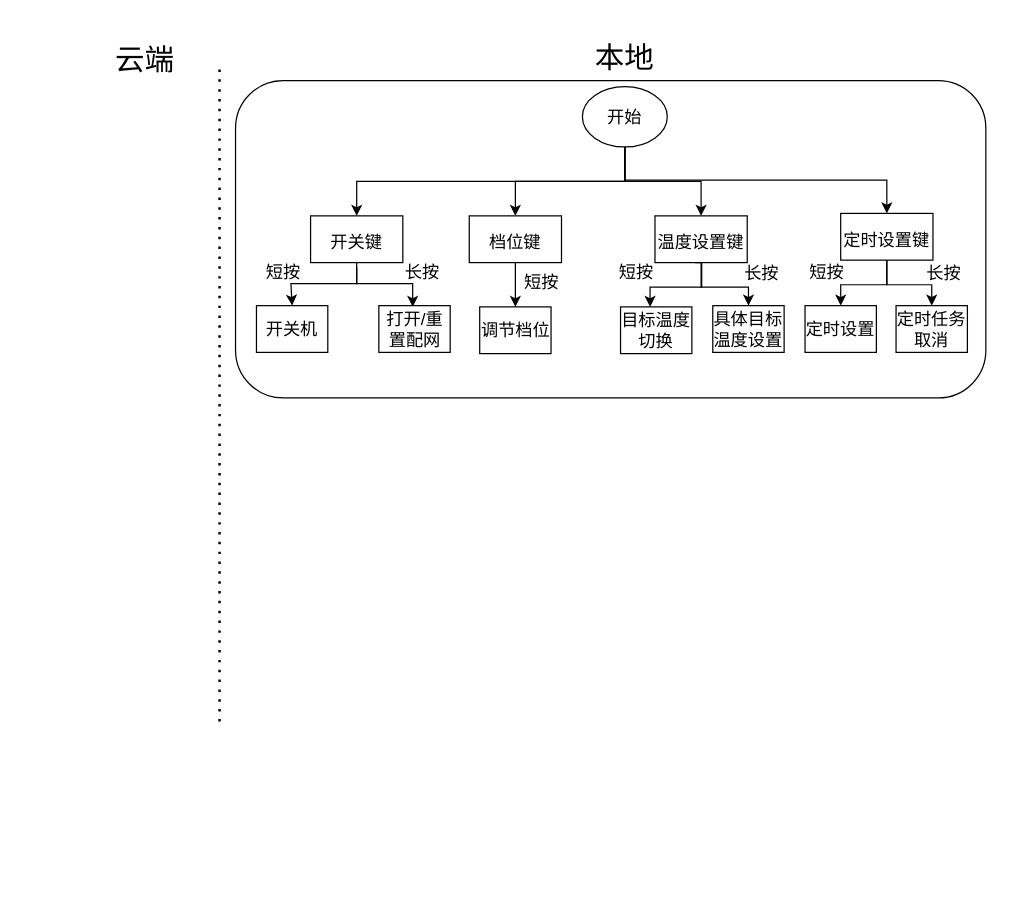
Before: software_frame.drawio in JeffYec/Jeff, a draw.io diagram. Source tidied: cells renumbered, new cells numbered last; positions are measured from the earlier drawing's top-left corner, leaving out a move shared by most shapes. Both pictures are drawn from the tidied source at 123%, with x=0, y=0 at pixel (87, 21).
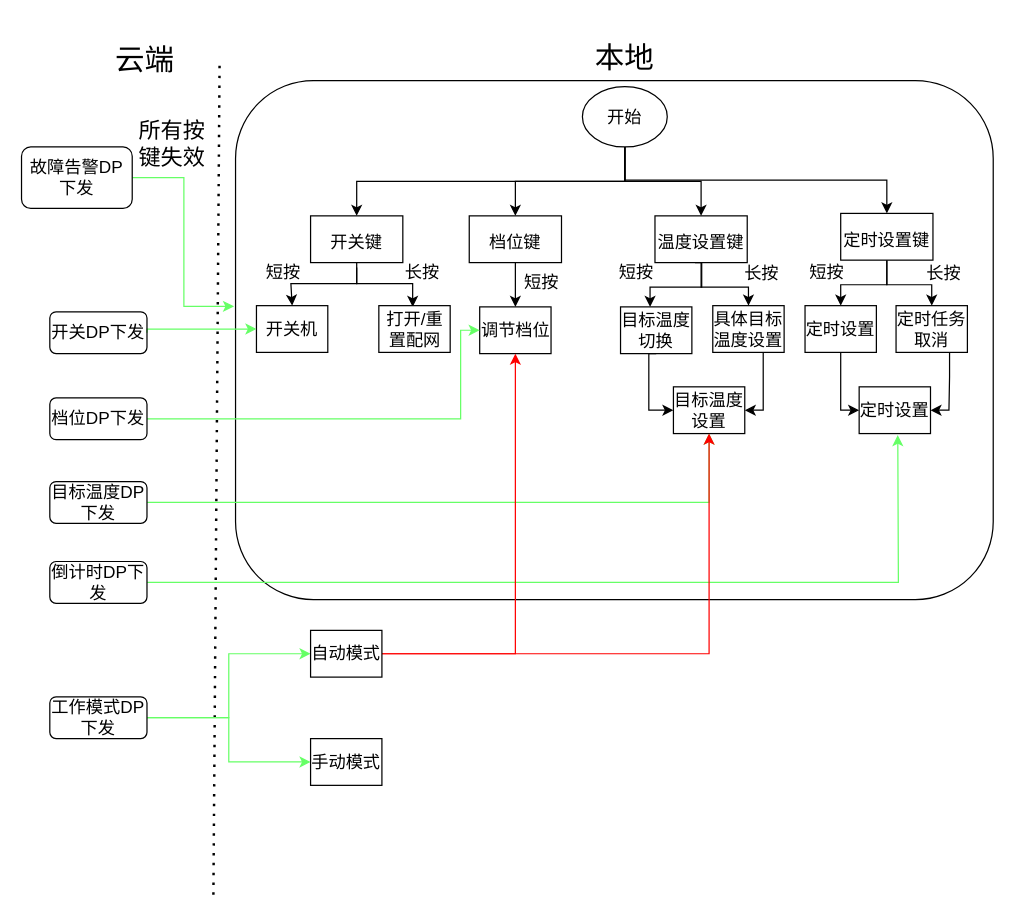
After the change.

Unchanged cells that the change refers to:
```xml
<mxCell id="21" value="开关机" style="rounded=0;whiteSpace=wrap;html=1;fontSize=14;" parent="1" vertex="1">
  <mxGeometry x="137" y="231" width="58" height="38" as="geometry" />
</mxCell>
<mxCell id="23" value="调节档位" style="rounded=0;whiteSpace=wrap;html=1;fontSize=14;" parent="1" vertex="1">
  <mxGeometry x="318.5" y="232" width="58" height="38" as="geometry" />
</mxCell>
<mxCell id="24" value="目标温度切换" style="rounded=0;whiteSpace=wrap;html=1;fontSize=14;" parent="1" vertex="1">
  <mxGeometry x="433" y="232" width="58" height="38" as="geometry" />
</mxCell>
<mxCell id="25" value="具体目标温度设置" style="rounded=0;whiteSpace=wrap;html=1;fontSize=14;" parent="1" vertex="1">
  <mxGeometry x="508" y="231" width="58" height="38" as="geometry" />
</mxCell>
<mxCell id="26" value="定时设置" style="rounded=0;whiteSpace=wrap;html=1;fontSize=14;" parent="1" vertex="1">
  <mxGeometry x="583" y="231" width="58" height="38" as="geometry" />
</mxCell>
<mxCell id="27" value="定时任务取消" style="rounded=0;whiteSpace=wrap;html=1;fontSize=14;" parent="1" vertex="1">
  <mxGeometry x="657" y="231" width="58" height="38" as="geometry" />
</mxCell>
```

The edit, as a diff of the source:
```diff
@@
     <mxCell id="3" style="endArrow=none;dashed=1;html=1;dashPattern=1 3;strokeWidth=2;rounded=0;" parent="1" edge="1">
       <mxGeometry relative="1" as="geometry">
-        <mxPoint x="107" y="569" as="sourcePoint" />
+        <mxPoint x="102" y="710" as="sourcePoint" />
         <mxPoint x="107" y="36" as="targetPoint" />
       </mxGeometry>
     </mxCell>
@@
+    <mxCell id="36" style="edgeStyle=orthogonalEdgeStyle;rounded=0;jettySize=auto;html=1;exitX=0.5;exitY=1;exitDx=0;exitDy=0;entryX=0;entryY=0.5;entryDx=0;entryDy=0;fontSize=14;" parent="1" edge="1" source="24" target="51">
+      <mxGeometry relative="1" as="geometry">
+        <Array as="points">
+          <mxPoint x="456" y="270" />
+          <mxPoint x="456" y="316" />
+        </Array>
+      </mxGeometry>
+    </mxCell>
@@
+    <mxCell id="37" style="edgeStyle=orthogonalEdgeStyle;rounded=0;jettySize=auto;html=1;exitX=0.5;exitY=1;exitDx=0;exitDy=0;entryX=1;entryY=0.5;entryDx=0;entryDy=0;fontSize=14;" parent="1" edge="1" source="25" target="51">
+      <mxGeometry relative="1" as="geometry">
+        <Array as="points">
+          <mxPoint x="549" y="269" />
+          <mxPoint x="549" y="316" />
+        </Array>
+      </mxGeometry>
+    </mxCell>
@@
+    <mxCell id="38" style="edgeStyle=orthogonalEdgeStyle;rounded=0;jettySize=auto;html=1;exitX=0.5;exitY=1;exitDx=0;exitDy=0;entryX=0;entryY=0.5;entryDx=0;entryDy=0;fontSize=14;" parent="1" edge="1" source="26" target="52">
+      <mxGeometry relative="1" as="geometry">
+        <Array as="points">
+          <mxPoint x="612" y="316" />
+        </Array>
+      </mxGeometry>
+    </mxCell>
@@
+    <mxCell id="39" style="edgeStyle=orthogonalEdgeStyle;rounded=0;jettySize=auto;html=1;exitX=0.75;exitY=1;exitDx=0;exitDy=0;entryX=1;entryY=0.5;entryDx=0;entryDy=0;fontSize=14;" parent="1" edge="1" source="27" target="52">
+      <mxGeometry relative="1" as="geometry">
+        <Array as="points">
+          <mxPoint x="700" y="289" />
+          <mxPoint x="700" y="316" />
+        </Array>
+      </mxGeometry>
+    </mxCell>
@@
     <mxCell id="35" style="rounded=1;whiteSpace=wrap;html=1;fontSize=14;fillColor=none;" parent="1" vertex="1">
-      <mxGeometry x="120" y="48" width="610" height="258" as="geometry" />
+      <mxGeometry x="120" y="48" width="616" height="422" as="geometry" />
     </mxCell>
+    <mxCell id="40" style="edgeStyle=orthogonalEdgeStyle;rounded=0;jettySize=auto;html=1;exitX=1;exitY=0.5;exitDx=0;exitDy=0;entryX=0;entryY=0.5;entryDx=0;entryDy=0;fontSize=18;strokeColor=#66FF66;" parent="1" edge="1" source="42" target="58">
+      <mxGeometry relative="1" as="geometry" />
+    </mxCell>
+    <mxCell id="41" style="edgeStyle=orthogonalEdgeStyle;rounded=0;jettySize=auto;html=1;exitX=1;exitY=0.5;exitDx=0;exitDy=0;entryX=0;entryY=0.5;entryDx=0;entryDy=0;fontSize=18;strokeColor=#66FF66;" parent="1" edge="1" source="42" target="59">
+      <mxGeometry relative="1" as="geometry" />
+    </mxCell>
+    <mxCell id="42" value="工作模式DP下发" style="rounded=1;whiteSpace=wrap;html=1;fontSize=14;fillColor=none;" parent="1" vertex="1">
+      <mxGeometry x="-31" y="549" width="79" height="34" as="geometry" />
+    </mxCell>
+    <mxCell id="43" style="edgeStyle=orthogonalEdgeStyle;rounded=0;jettySize=auto;html=1;exitX=1;exitY=0.5;exitDx=0;exitDy=0;entryX=0;entryY=0.5;entryDx=0;entryDy=0;fontSize=14;strokeColor=#66FF66;" parent="1" edge="1" source="44" target="23">
+      <mxGeometry relative="1" as="geometry">
+        <Array as="points">
+          <mxPoint x="303" y="323" />
+          <mxPoint x="303" y="251" />
+        </Array>
+      </mxGeometry>
+    </mxCell>
+    <mxCell id="44" value="档位DP下发" style="rounded=1;whiteSpace=wrap;html=1;fontSize=14;fillColor=none;" parent="1" vertex="1">
+      <mxGeometry x="-31" y="306" width="79" height="34" as="geometry" />
+    </mxCell>
+    <mxCell id="45" style="edgeStyle=orthogonalEdgeStyle;rounded=0;jettySize=auto;html=1;exitX=1;exitY=0.5;exitDx=0;exitDy=0;entryX=0;entryY=0.5;entryDx=0;entryDy=0;fontSize=14;strokeColor=#66FF66;" parent="1" edge="1" source="46" target="21">
+      <mxGeometry relative="1" as="geometry">
+        <Array as="points">
+          <mxPoint x="48" y="250" />
+        </Array>
+      </mxGeometry>
+    </mxCell>
+    <mxCell id="46" value="开关DP下发" style="rounded=1;whiteSpace=wrap;html=1;fontSize=14;fillColor=none;" parent="1" vertex="1">
+      <mxGeometry x="-31" y="236" width="79" height="34" as="geometry" />
+    </mxCell>
+    <mxCell id="47" style="edgeStyle=orthogonalEdgeStyle;rounded=0;jettySize=auto;html=1;entryX=0.5;entryY=1;entryDx=0;entryDy=0;fontSize=14;strokeColor=#66FF66;" parent="1" edge="1" source="48" target="51">
+      <mxGeometry relative="1" as="geometry" />
+    </mxCell>
+    <mxCell id="48" value="目标温度DP下发" style="rounded=1;whiteSpace=wrap;html=1;fontSize=14;fillColor=none;" parent="1" vertex="1">
+      <mxGeometry x="-31" y="374" width="79" height="34" as="geometry" />
+    </mxCell>
+    <mxCell id="49" style="edgeStyle=orthogonalEdgeStyle;rounded=0;jettySize=auto;html=1;exitX=1;exitY=0.5;exitDx=0;exitDy=0;fontSize=14;strokeColor=#66FF66;fontStyle=1;" parent="1" edge="1" source="50">
+      <mxGeometry relative="1" as="geometry">
+        <mxPoint x="658.4" y="336.2" as="targetPoint" />
+      </mxGeometry>
+    </mxCell>
+    <mxCell id="50" value="倒计时DP下发" style="rounded=1;whiteSpace=wrap;html=1;fontSize=14;fillColor=none;" parent="1" vertex="1">
+      <mxGeometry x="-31" y="439" width="79" height="34" as="geometry" />
+    </mxCell>
+    <mxCell id="51" value="目标温度设置" style="rounded=0;whiteSpace=wrap;html=1;fontSize=14;" parent="1" vertex="1">
+      <mxGeometry x="476" y="297" width="58" height="38" as="geometry" />
+    </mxCell>
+    <mxCell id="52" value="定时设置" style="rounded=0;whiteSpace=wrap;html=1;fontSize=14;" parent="1" vertex="1">
+      <mxGeometry x="627" y="297" width="58" height="38" as="geometry" />
+    </mxCell>
+    <mxCell id="53" style="edgeStyle=orthogonalEdgeStyle;rounded=0;jettySize=auto;html=1;entryX=-0.002;entryY=0.435;entryDx=0;entryDy=0;entryPerimeter=0;fontSize=14;strokeColor=#66FF66;" parent="1" edge="1" source="54" target="35">
+      <mxGeometry relative="1" as="geometry" />
+    </mxCell>
+    <mxCell id="54" value="故障告警DP下发" style="rounded=1;whiteSpace=wrap;html=1;fontSize=14;fillColor=none;" parent="1" vertex="1">
+      <mxGeometry x="-54" y="102" width="90" height="50" as="geometry" />
+    </mxCell>
+    <mxCell id="55" value="&lt;font style=&quot;font-size: 18px&quot;&gt;所有按键失效&lt;/font&gt;" style="text;html=1;strokeColor=none;fillColor=none;align=center;verticalAlign=middle;whiteSpace=wrap;rounded=0;fontSize=14;" parent="1" vertex="1">
+      <mxGeometry x="33" y="78" width="71" height="44" as="geometry" />
+    </mxCell>
+    <mxCell id="56" style="edgeStyle=orthogonalEdgeStyle;rounded=0;jettySize=auto;html=1;exitX=1;exitY=0.5;exitDx=0;exitDy=0;entryX=0.5;entryY=1;entryDx=0;entryDy=0;fontSize=18;fontColor=#66FF66;labelBackgroundColor=#66FF66;labelBorderColor=#66FF66;strokeColor=#FF0000;" parent="1" edge="1" source="58" target="51">
+      <mxGeometry relative="1" as="geometry" />
+    </mxCell>
+    <mxCell id="57" style="edgeStyle=orthogonalEdgeStyle;rounded=0;jettySize=auto;html=1;exitX=1;exitY=0.5;exitDx=0;exitDy=0;entryX=0.5;entryY=1;entryDx=0;entryDy=0;labelBackgroundColor=#66FF66;labelBorderColor=#66FF66;fontSize=18;fontColor=#66FF66;strokeColor=#FF0000;" parent="1" edge="1" source="58" target="23">
+      <mxGeometry relative="1" as="geometry" />
+    </mxCell>
+    <mxCell id="58" value="自动模式" style="rounded=0;whiteSpace=wrap;html=1;fontSize=14;" parent="1" vertex="1">
+      <mxGeometry x="181" y="495" width="58" height="38" as="geometry" />
+    </mxCell>
+    <mxCell id="59" value="手动模式" style="rounded=0;whiteSpace=wrap;html=1;fontSize=14;" parent="1" vertex="1">
+      <mxGeometry x="181" y="583" width="58" height="38" as="geometry" />
+    </mxCell>
```
